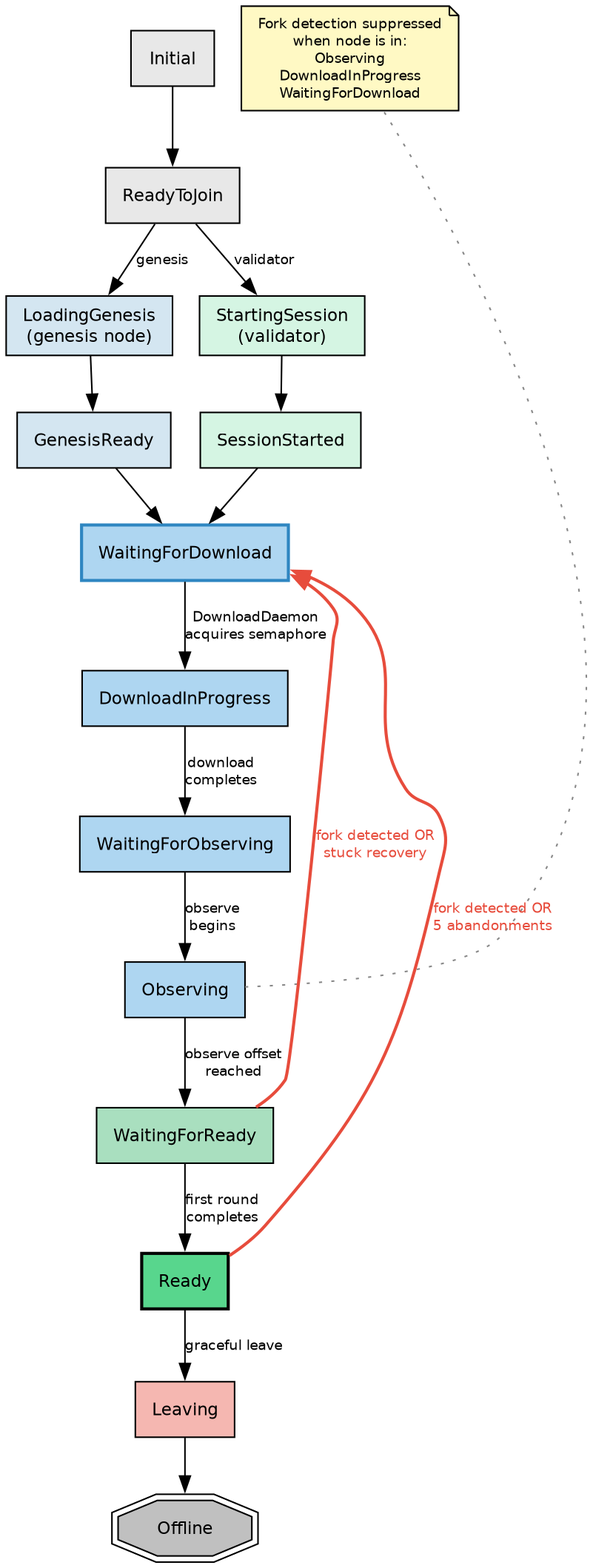
Above: docs/consensus/diagrams/node-state-machine.png in Constellation-Labs/tessellation (Graphviz), before the change. Its source is kept beside it as docs/consensus/diagrams/node-state-machine.dot.
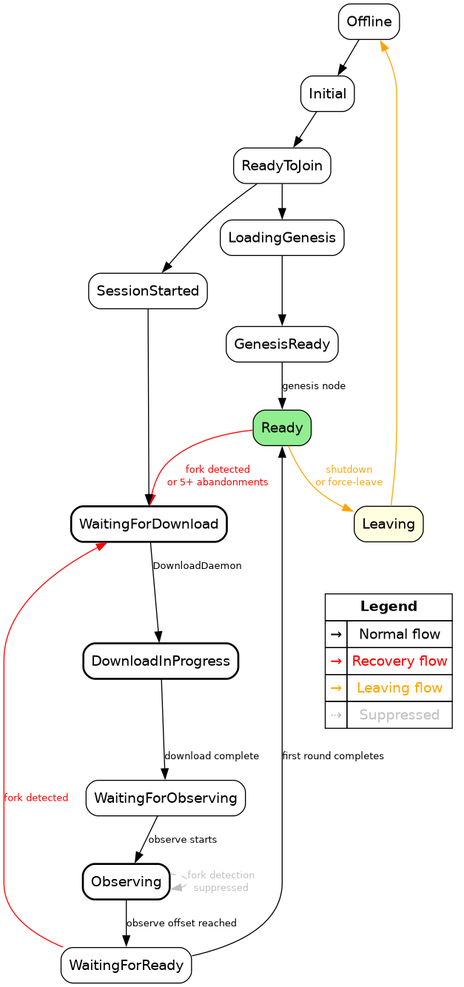
The same diagram one commit later.

What changed in the source:
```diff
@@ -39,14 +39,15 @@
 
     Observing -> Observing [label="fork detection\nsuppressed", style="dashed", color="gray", fontcolor="gray"];
 
-    subgraph cluster_legend {
-        label="Legend";
-        style=dashed;
-        fontsize=10;
+    Legend [shape=plaintext, label=<
+        <TABLE BORDER="0" CELLBORDER="1" CELLSPACING="0" CELLPADDING="4">
+        <TR><TD COLSPAN="2"><B>Legend</B></TD></TR>
+        <TR><TD>→</TD><TD>Normal flow</TD></TR>
+        <TR><TD><FONT COLOR="red">→</FONT></TD><TD><FONT COLOR="red">Recovery flow</FONT></TD></TR>
+        <TR><TD><FONT COLOR="orange">→</FONT></TD><TD><FONT COLOR="orange">Leaving flow</FONT></TD></TR>
+        <TR><TD><FONT COLOR="gray">⇢</FONT></TD><TD><FONT COLOR="gray">Suppressed</FONT></TD></TR>
+        </TABLE>
+    >];
 
-        legend_normal [shape=plaintext, label="Black: Normal flow"];
-        legend_recovery [shape=plaintext, label="Red: Recovery flow"];
-        legend_leaving [shape=plaintext, label="Orange: Leaving flow"];
-        legend_suppressed [shape=plaintext, label="Dashed: Suppressed"];
-    }
+    Leaving -> Legend [style=invis];
 }
```
